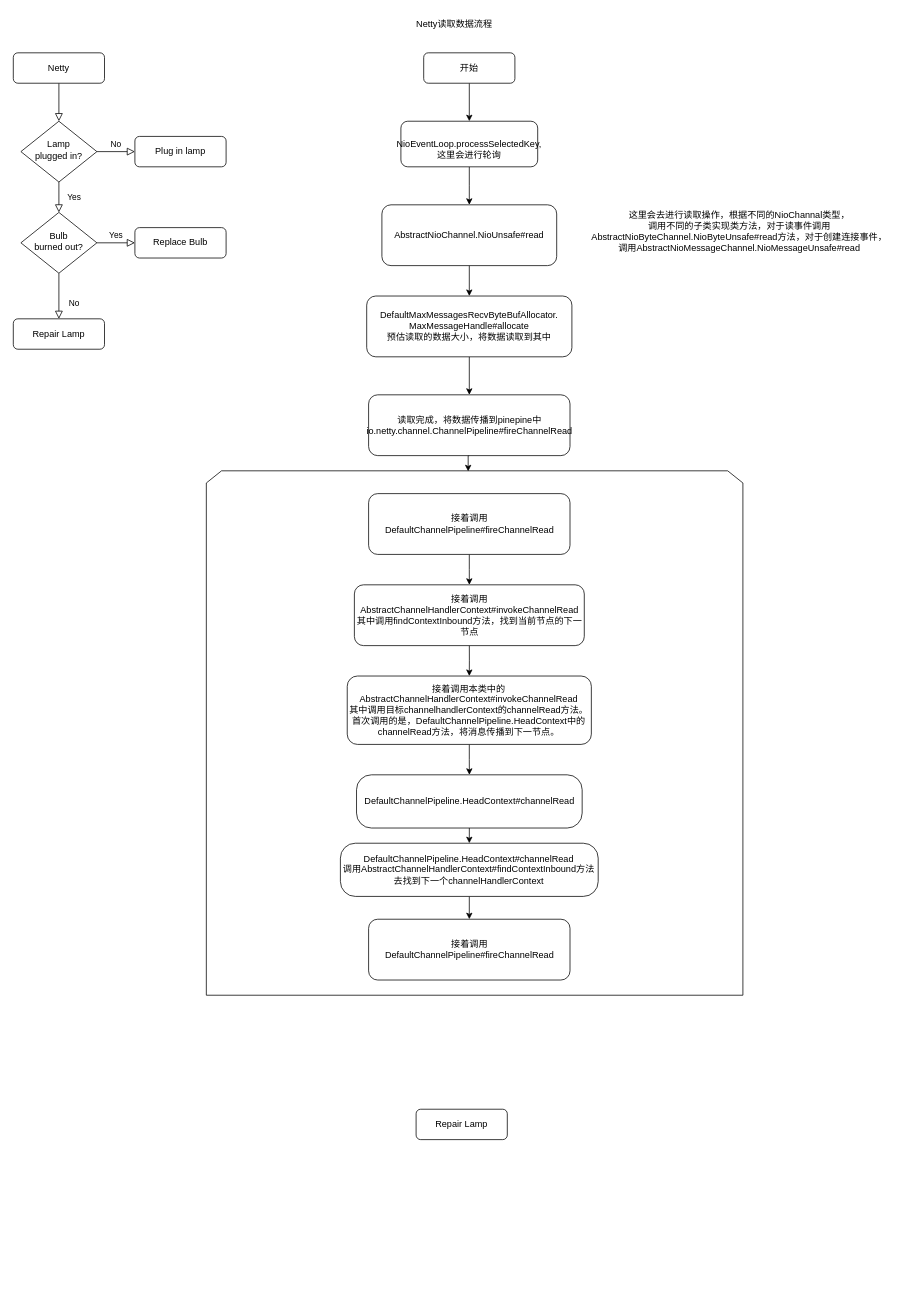
The draw.io diagram Netty启动.drawio in chenxiOnEarth/diagram, before the edit. Source tidied: cells renumbered, new cells numbered last; positions are measured from the earlier drawing's top-left corner, leaving out a move shared by most shapes. Both pictures are drawn from the tidied source at 76%, with x=0, y=0 at pixel (13, 13).
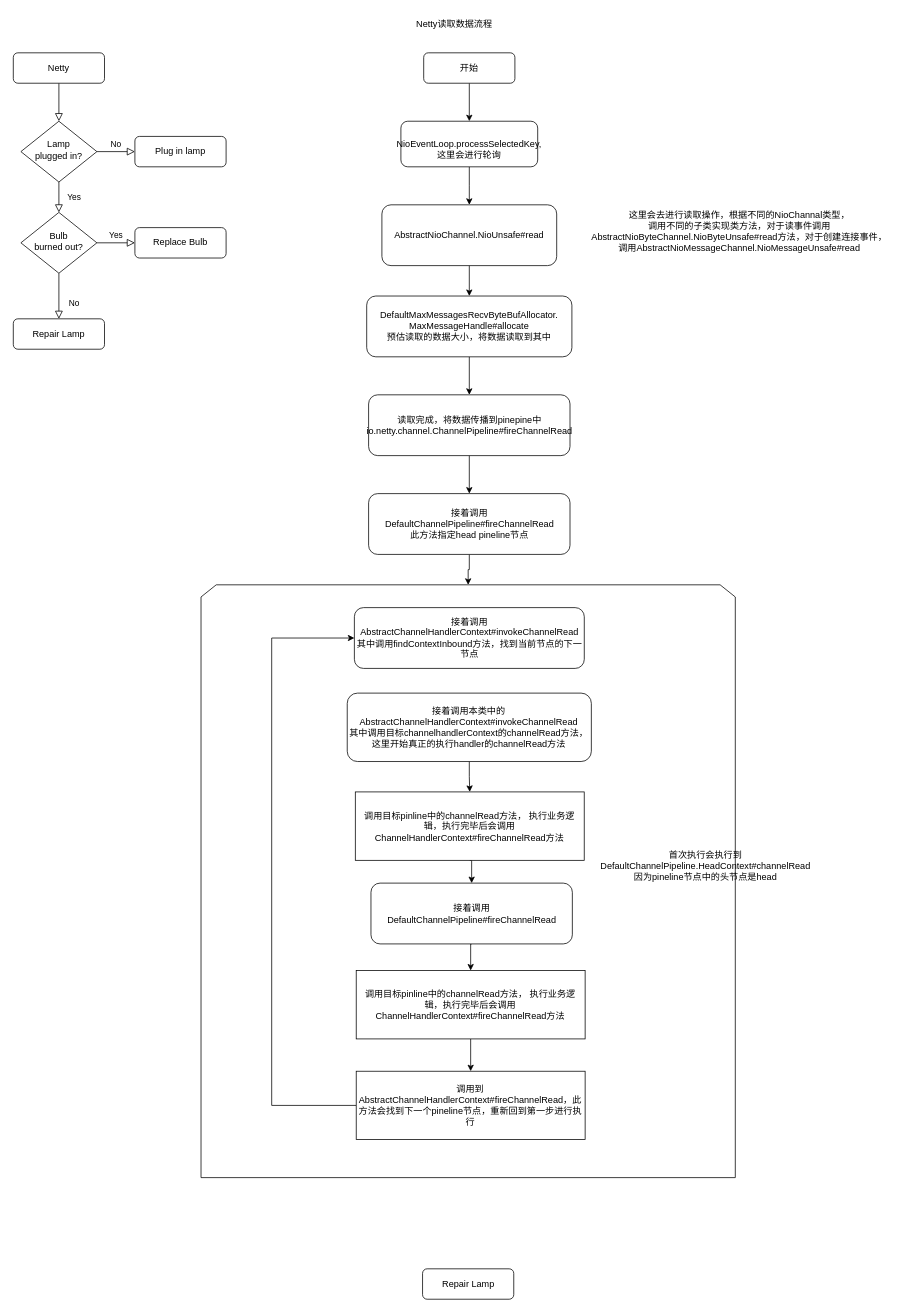
After the change.

The change refers to these unchanged cells:
```xml
<mxCell id="26" value="读取完成，将数据传播到pinepine中io.netty.channel.ChannelPipeline#fireChannelRead" style="whiteSpace=wrap;html=1;rounded=1;" parent="1" vertex="1">
  <mxGeometry x="467.5" y="502" width="265" height="80" as="geometry" />
</mxCell>
```

Change to the diagram source:
```diff
@@
     <mxCell id="2" style="shape=loopLimit;whiteSpace=wrap;html=1;" parent="1" vertex="1">
-      <mxGeometry x="254" y="602" width="706" height="690" as="geometry" />
+      <mxGeometry x="247" y="752" width="703" height="780" as="geometry" />
     </mxCell>
@@
     <mxCell id="18" value="Repair Lamp" style="rounded=1;whiteSpace=wrap;html=1;fontSize=12;glass=0;strokeWidth=1;shadow=0;" parent="1" vertex="1">
-      <mxGeometry x="530" y="1442" width="120" height="40" as="geometry" />
+      <mxGeometry x="538.5" y="1652" width="120" height="40" as="geometry" />
     </mxCell>
@@
-    <mxCell id="25" style="edgeStyle=orthogonalEdgeStyle;rounded=0;jettySize=auto;html=1;exitX=0.5;exitY=1;exitDx=0;exitDy=0;entryX=0.488;entryY=0.001;entryDx=0;entryDy=0;entryPerimeter=0;" parent="1" edge="1" source="26" target="2">
-      <mxGeometry relative="1" as="geometry" />
-    </mxCell>
+    <mxCell id="38" style="edgeStyle=orthogonalEdgeStyle;rounded=0;jettySize=auto;html=1;exitX=0.5;exitY=1;exitDx=0;exitDy=0;entryX=0.5;entryY=0;entryDx=0;entryDy=0;" parent="1" edge="1" source="26" target="28">
+      <mxGeometry relative="1" as="geometry" />
+    </mxCell>
@@
-    <mxCell id="27" style="edgeStyle=orthogonalEdgeStyle;rounded=0;jettySize=auto;html=1;exitX=0.5;exitY=1;exitDx=0;exitDy=0;entryX=0.5;entryY=0;entryDx=0;entryDy=0;" parent="1" edge="1" source="28" target="30">
-      <mxGeometry relative="1" as="geometry" />
-    </mxCell>
+    <mxCell id="39" style="edgeStyle=orthogonalEdgeStyle;rounded=0;jettySize=auto;html=1;exitX=0.5;exitY=1;exitDx=0;exitDy=0;entryX=0.5;entryY=0;entryDx=0;entryDy=0;" parent="1" edge="1" source="28" target="2">
+      <mxGeometry relative="1" as="geometry" />
+    </mxCell>
-    <mxCell id="28" value="接着调用DefaultChannelPipeline#fireChannelRead" style="whiteSpace=wrap;html=1;rounded=1;" parent="1" vertex="1">
+    <mxCell id="28" value="接着调用DefaultChannelPipeline#fireChannelRead&lt;br&gt;此方法指定head pineline节点" style="whiteSpace=wrap;html=1;rounded=1;" parent="1" vertex="1">
       <mxGeometry x="467.5" y="632" width="265" height="80" as="geometry" />
     </mxCell>
-    <mxCell id="29" style="edgeStyle=orthogonalEdgeStyle;rounded=0;jettySize=auto;html=1;exitX=0.5;exitY=1;exitDx=0;exitDy=0;entryX=0.5;entryY=0;entryDx=0;entryDy=0;" parent="1" edge="1" source="30" target="32">
-      <mxGeometry relative="1" as="geometry" />
-    </mxCell>
     <mxCell id="30" value="接着调用AbstractChannelHandlerContext#invokeChannelRead&lt;br&gt;其中调用findContextInbound方法，找到当前节点的下一节点" style="whiteSpace=wrap;html=1;rounded=1;" parent="1" vertex="1">
-      <mxGeometry x="448.8" y="752" width="302.5" height="80" as="geometry" />
+      <mxGeometry x="448.8" y="782" width="302.5" height="80" as="geometry" />
     </mxCell>
-    <mxCell id="31" style="edgeStyle=orthogonalEdgeStyle;rounded=0;jettySize=auto;html=1;" parent="1" edge="1" source="32" target="34">
-      <mxGeometry relative="1" as="geometry" />
-    </mxCell>
+    <mxCell id="40" style="edgeStyle=orthogonalEdgeStyle;rounded=0;jettySize=auto;html=1;exitX=0.5;exitY=1;exitDx=0;exitDy=0;entryX=0.5;entryY=0;entryDx=0;entryDy=0;" parent="1" edge="1" source="32" target="44">
+      <mxGeometry relative="1" as="geometry" />
+    </mxCell>
-    <mxCell id="32" value="接着调用本类中的AbstractChannelHandlerContext#invokeChannelRead&lt;br&gt;其中调用目标channelhandlerContext的channelRead方法。首次调用的是，DefaultChannelPipeline.HeadContext中的channelRead方法，将消息传播到下一节点。" style="whiteSpace=wrap;html=1;rounded=1;" parent="1" vertex="1">
-      <mxGeometry x="439.4" y="872" width="321.2" height="90" as="geometry" />
+    <mxCell id="32" value="接着调用本类中的AbstractChannelHandlerContext#invokeChannelRead&lt;br&gt;其中调用目标channelhandlerContext的channelRead方法，这里开始真正的执行handler的channelRead方法" style="whiteSpace=wrap;html=1;rounded=1;" parent="1" vertex="1">
+      <mxGeometry x="439.4" y="894.5" width="321.2" height="90" as="geometry" />
     </mxCell>
-    <mxCell id="33" style="edgeStyle=orthogonalEdgeStyle;rounded=0;jettySize=auto;html=1;exitX=0.5;exitY=1;exitDx=0;exitDy=0;entryX=0.5;entryY=0;entryDx=0;entryDy=0;" parent="1" edge="1" source="34" target="36">
-      <mxGeometry relative="1" as="geometry" />
-    </mxCell>
-    <mxCell id="34" value="DefaultChannelPipeline.HeadContext#channelRead" style="whiteSpace=wrap;html=1;rounded=1;arcSize=28;" parent="1" vertex="1">
-      <mxGeometry x="451.6" y="1002" width="296.9" height="70" as="geometry" />
-    </mxCell>
-    <mxCell id="35" style="edgeStyle=orthogonalEdgeStyle;rounded=0;jettySize=auto;html=1;exitX=0.5;exitY=1;exitDx=0;exitDy=0;entryX=0.5;entryY=0;entryDx=0;entryDy=0;" parent="1" edge="1" source="36" target="37">
-      <mxGeometry relative="1" as="geometry" />
-    </mxCell>
-    <mxCell id="36" value="DefaultChannelPipeline.HeadContext#channelRead&lt;br&gt;调用AbstractChannelHandlerContext#findContextInbound方法&lt;br&gt;去找到下一个channelHandlerContext" style="whiteSpace=wrap;html=1;rounded=1;arcSize=28;" parent="1" vertex="1">
-      <mxGeometry x="430.4" y="1092" width="339.2" height="70" as="geometry" />
-    </mxCell>
+    <mxCell id="41" style="edgeStyle=orthogonalEdgeStyle;rounded=0;jettySize=auto;html=1;exitX=0.5;exitY=1;exitDx=0;exitDy=0;entryX=0.5;entryY=0;entryDx=0;entryDy=0;" parent="1" edge="1" source="37" target="46">
+      <mxGeometry relative="1" as="geometry" />
+    </mxCell>
     <mxCell id="37" value="接着调用DefaultChannelPipeline#fireChannelRead" style="whiteSpace=wrap;html=1;rounded=1;" parent="1" vertex="1">
-      <mxGeometry x="467.5" y="1192" width="265" height="80" as="geometry" />
+      <mxGeometry x="470.6" y="1144.5" width="265" height="80" as="geometry" />
     </mxCell>
+    <mxCell id="42" value="首次执行会执行到DefaultChannelPipeline.HeadContext#channelRead&lt;br&gt;因为pineline节点中的头节点是head" style="text;html=1;strokeColor=none;fillColor=none;align=center;verticalAlign=middle;whiteSpace=wrap;rounded=0;" parent="1" vertex="1">
+      <mxGeometry x="780.6" y="1067" width="260" height="110" as="geometry" />
+    </mxCell>
+    <mxCell id="43" style="edgeStyle=orthogonalEdgeStyle;rounded=0;jettySize=auto;html=1;exitX=0.5;exitY=1;exitDx=0;exitDy=0;entryX=0.5;entryY=0;entryDx=0;entryDy=0;" parent="1" edge="1" source="44" target="37">
+      <mxGeometry relative="1" as="geometry" />
+    </mxCell>
+    <mxCell id="44" value="调用目标pinline中的channelRead方法， 执行业务逻辑，执行完毕后会调用ChannelHandlerContext#fireChannelRead方法" style="rounded=0;whiteSpace=wrap;html=1;" parent="1" vertex="1">
+      <mxGeometry x="450" y="1024.5" width="301.2" height="90" as="geometry" />
+    </mxCell>
+    <mxCell id="45" style="edgeStyle=orthogonalEdgeStyle;rounded=0;jettySize=auto;html=1;exitX=0.5;exitY=1;exitDx=0;exitDy=0;entryX=0.5;entryY=0;entryDx=0;entryDy=0;" parent="1" edge="1" source="46" target="48">
+      <mxGeometry relative="1" as="geometry" />
+    </mxCell>
+    <mxCell id="46" value="调用目标pinline中的channelRead方法， 执行业务逻辑，执行完毕后会调用ChannelHandlerContext#fireChannelRead方法" style="rounded=0;whiteSpace=wrap;html=1;" parent="1" vertex="1">
+      <mxGeometry x="451.2" y="1259.5" width="301.2" height="90" as="geometry" />
+    </mxCell>
+    <mxCell id="47" style="edgeStyle=orthogonalEdgeStyle;rounded=0;jettySize=auto;html=1;exitX=0;exitY=0.5;exitDx=0;exitDy=0;entryX=0;entryY=0.5;entryDx=0;entryDy=0;" parent="1" edge="1" source="48" target="30">
+      <mxGeometry relative="1" as="geometry">
+        <Array as="points">
+          <mxPoint x="340" y="1437" />
+          <mxPoint x="340" y="822" />
+        </Array>
+      </mxGeometry>
+    </mxCell>
+    <mxCell id="48" value="调用到AbstractChannelHandlerContext#fireChannelRead，此方法会找到下一个pineline节点，重新回到第一步进行执行" style="rounded=0;whiteSpace=wrap;html=1;" parent="1" vertex="1">
+      <mxGeometry x="451.2" y="1392" width="301.2" height="90" as="geometry" />
+    </mxCell>
```
